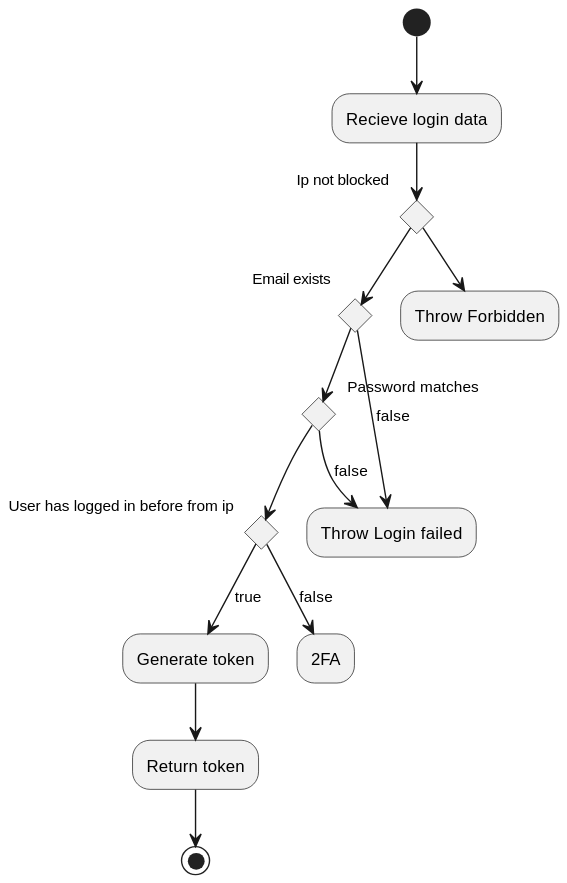
Earlier version of the PlantUML export Docs/out/FlowCharts/LoginFlowChart/Login Flowchart.svg (blackout1471/trust-us-school).
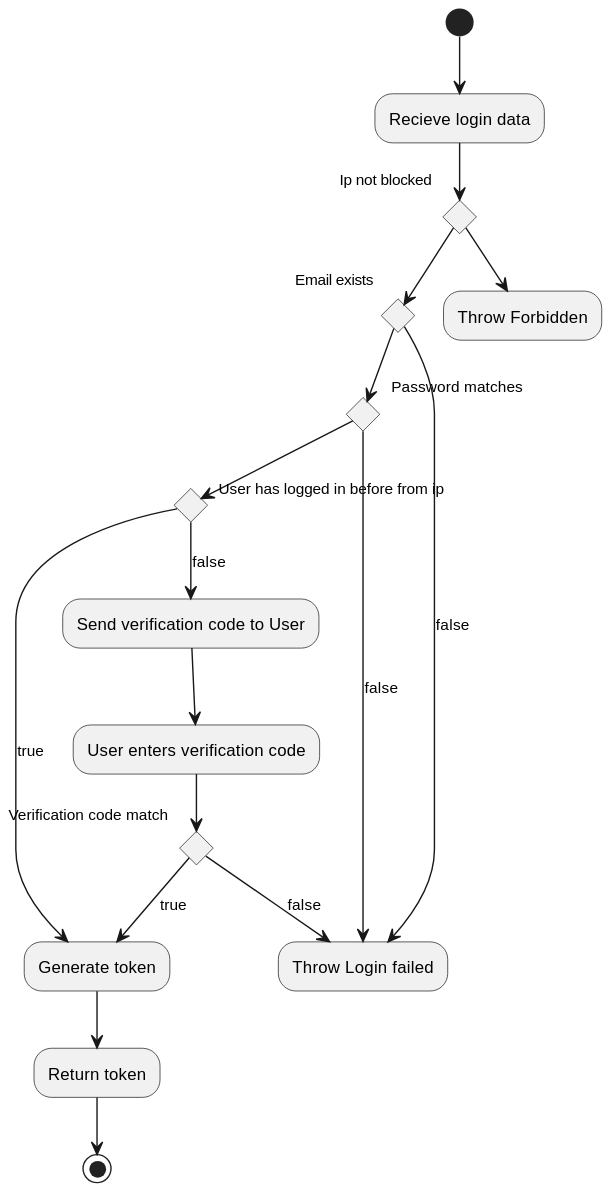
The same diagram one commit later.

Diff of the diagram source:
```diff
@@ -10,7 +10,13 @@
                 --> "Return token"
                 --> (*)
             else
-                -->[false] 2FA
+                -->[false] Send verification code to User
+                --> User enters verification code
+                if "Verification code match" then
+                -->[true] "Generate token"
+                else
+                -->[false] "Throw Login failed"
+                end if
             end if
         else
             -->[false] "Throw Login failed"
```
